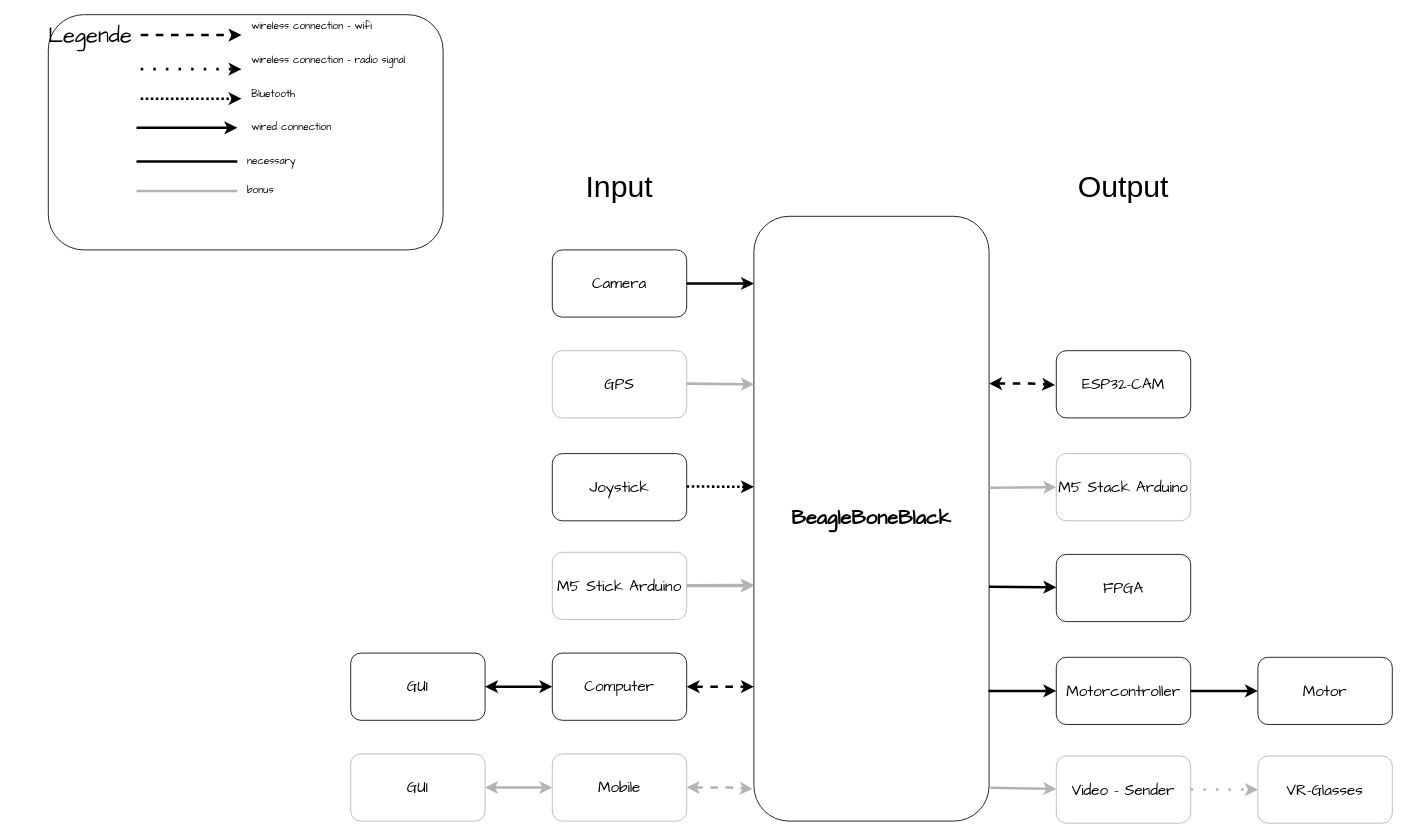
This is Software/Doku/overview.drawio from OgLocGreen/proyecto_sistema_mecatronico_industrial, a draw.io file, before an edit. Source tidied: cells renumbered, new cells numbered last; positions are measured from the earlier drawing's top-left corner, leaving out a move shared by most shapes. Both pictures are drawn from the tidied source at 84%, with x=0, y=0 at pixel (48, 14).
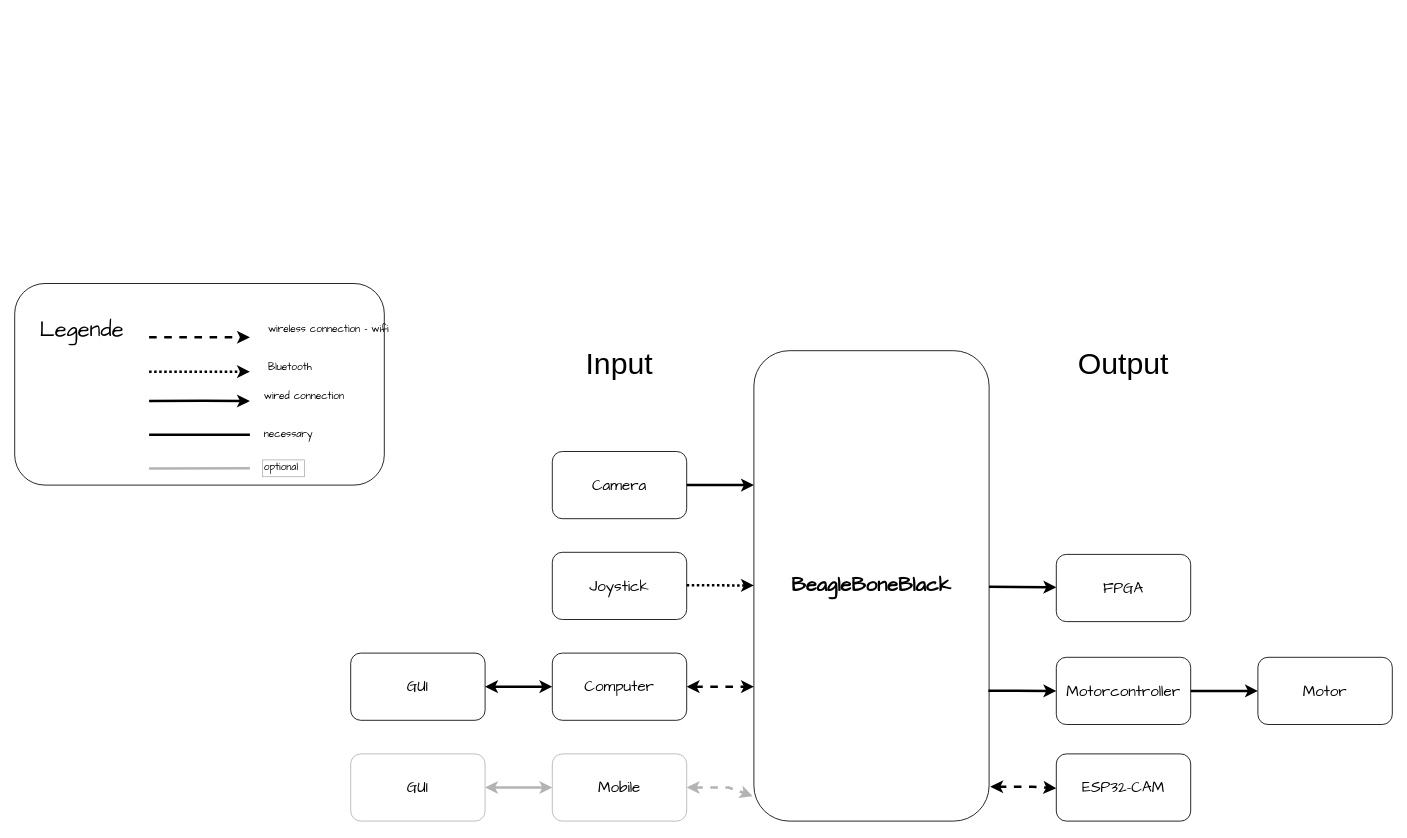
After the change.

Commit message (it also covers changes not shown here):
reworked Overview

Unchanged cells that the change refers to:
```xml
<mxCell id="8" value="&lt;font style=&quot;font-size: 18px&quot;&gt;Motorcontroller&lt;/font&gt;" style="rounded=1;whiteSpace=wrap;html=1;fontFamily=Comic Sans MS;" parent="1" vertex="1">
  <mxGeometry x="1200" y="765" width="160" height="80" as="geometry" />
</mxCell>
```

The edit, as a diff of the source:
```diff
@@
     <mxCell id="2" style="rounded=1;whiteSpace=wrap;html=1;fontFamily=Comic Sans MS;fillColor=none;" parent="1" vertex="1">
-      <mxGeometry width="470" height="280" as="geometry" />
+      <mxGeometry x="-40" y="320" width="440" height="240" as="geometry" />
     </mxCell>
-    <mxCell id="3" value="&lt;font style=&quot;font-size: 18px&quot;&gt;M5 Stack Arduino&lt;/font&gt;" style="rounded=1;whiteSpace=wrap;html=1;fontFamily=Comic Sans MS;strokeColor=#B3B3B3;" parent="1" vertex="1">
-      <mxGeometry x="1200" y="522.5" width="160" height="80" as="geometry" />
-    </mxCell>
@@
     <mxCell id="5" value="&lt;font style=&quot;font-size: 18px&quot;&gt;Joystick&lt;/font&gt;" style="rounded=1;whiteSpace=wrap;html=1;fontFamily=Comic Sans MS;" parent="1" vertex="1">
-      <mxGeometry x="600" y="522.5" width="160" height="80" as="geometry" />
+      <mxGeometry x="600" y="640" width="160" height="80" as="geometry" />
     </mxCell>
     <mxCell id="6" value="&lt;h1&gt;&lt;font style=&quot;font-size: 24px&quot;&gt;BeagleBoneBlack&lt;/font&gt;&lt;/h1&gt;" style="rounded=1;whiteSpace=wrap;html=1;fontFamily=Comic Sans MS;" parent="1" vertex="1">
-      <mxGeometry x="840" y="240" width="280" height="720" as="geometry" />
+      <mxGeometry x="840" y="400" width="280" height="560" as="geometry" />
     </mxCell>
     <mxCell id="7" value="&lt;font style=&quot;font-size: 18px&quot;&gt;Camera&lt;/font&gt;" style="rounded=1;whiteSpace=wrap;html=1;fontFamily=Comic Sans MS;" parent="1" vertex="1">
-      <mxGeometry x="600" y="280" width="160" height="80" as="geometry" />
+      <mxGeometry x="600" y="520" width="160" height="80" as="geometry" />
     </mxCell>
@@
     <mxCell id="10" style="endArrow=classic;html=1;rounded=0;strokeWidth=3;dashed=1;fontFamily=Comic Sans MS;" parent="1" edge="1">
       <mxGeometry relative="1" as="geometry">
-        <mxPoint x="110" y="24.3" as="sourcePoint" />
-        <mxPoint x="230" y="24.3" as="targetPoint" />
+        <mxPoint x="120" y="384" as="sourcePoint" />
+        <mxPoint x="240" y="384" as="targetPoint" />
       </mxGeometry>
     </mxCell>
     <mxCell id="11" value="wireless connection - wifi" style="text;html=1;align=left;verticalAlign=middle;strokeColor=none;fillColor=none;fontFamily=Comic Sans MS;" parent="1" vertex="1">
-      <mxGeometry x="240" width="180" height="30" as="geometry" />
+      <mxGeometry x="260" y="360" width="180" height="30" as="geometry" />
     </mxCell>
     <mxCell id="12" style="endArrow=classic;html=1;rounded=0;strokeWidth=3;fontFamily=Comic Sans MS;" parent="1" edge="1">
       <mxGeometry relative="1" as="geometry">
-        <mxPoint x="105" y="134.7" as="sourcePoint" />
-        <mxPoint x="225" y="134.7" as="targetPoint" />
+        <mxPoint x="120" y="460" as="sourcePoint" />
+        <mxPoint x="240" y="460" as="targetPoint" />
         <Array as="points">
-          <mxPoint x="165" y="134.7" />
+          <mxPoint x="185" y="459.7" />
         </Array>
       </mxGeometry>
     </mxCell>
     <mxCell id="13" value="Bluetooth" style="text;html=1;align=left;verticalAlign=middle;strokeColor=none;fillColor=none;fontFamily=Comic Sans MS;" parent="1" vertex="1">
-      <mxGeometry x="240" y="85" width="60" height="20" as="geometry" />
+      <mxGeometry x="260" y="410" width="60" height="20" as="geometry" />
     </mxCell>
@@
-    <mxCell id="15" style="edgeStyle=none;html=1;fontSize=18;strokeColor=#B3B3B3;strokeWidth=3;" parent="1" edge="1" source="16">
-      <mxGeometry relative="1" as="geometry">
-        <mxPoint x="840" y="680" as="targetPoint" />
-      </mxGeometry>
-    </mxCell>
-    <mxCell id="16" value="&lt;font style=&quot;font-size: 18px&quot;&gt;M5 Stick Arduino &lt;/font&gt;" style="rounded=1;whiteSpace=wrap;html=1;fontFamily=Comic Sans MS;strokeColor=#B3B3B3;" parent="1" vertex="1">
-      <mxGeometry x="600" y="640" width="160" height="80" as="geometry" />
-    </mxCell>
-    <mxCell id="17" value="&lt;font style=&quot;font-size: 18px&quot;&gt;Video - Sender&lt;/font&gt;" style="rounded=1;whiteSpace=wrap;html=1;fontFamily=Comic Sans MS;strokeColor=#B3B3B3;" parent="1" vertex="1">
-      <mxGeometry x="1200" y="882.5" width="160" height="80" as="geometry" />
-    </mxCell>
@@
-    <mxCell id="20" value="&lt;font style=&quot;font-size: 18px&quot;&gt;GPS&lt;/font&gt;" style="rounded=1;whiteSpace=wrap;html=1;fontFamily=Comic Sans MS;strokeColor=#B3B3B3;" parent="1" vertex="1">
-      <mxGeometry x="600" y="400" width="160" height="80" as="geometry" />
-    </mxCell>
@@
-    <mxCell id="22" value="&lt;font style=&quot;font-size: 18px&quot;&gt;VR-Glasses&lt;/font&gt;" style="rounded=1;whiteSpace=wrap;html=1;fontFamily=Comic Sans MS;strokeColor=#B3B3B3;" parent="1" vertex="1">
-      <mxGeometry x="1440" y="882.5" width="160" height="80" as="geometry" />
-    </mxCell>
-    <mxCell id="23" style="edgeStyle=orthogonalEdgeStyle;rounded=0;jettySize=auto;html=1;strokeWidth=3;entryX=0;entryY=0.5;entryDx=0;entryDy=0;dashed=1;exitX=1;exitY=0.5;exitDx=0;exitDy=0;dashPattern=1 4;fontFamily=Comic Sans MS;strokeColor=#B3B3B3;" parent="1" edge="1" source="17" target="22">
-      <mxGeometry relative="1" as="geometry" />
-    </mxCell>
+    <mxCell id="50" style="edgeStyle=none;html=1;" parent="1" edge="1">
+      <mxGeometry relative="1" as="geometry">
+        <mxPoint x="1360" y="922.5" as="targetPoint" />
+      </mxGeometry>
+    </mxCell>
@@
-    <mxCell id="25" style="endArrow=classic;html=1;rounded=0;strokeWidth=3;entryX=0;entryY=0.5;entryDx=0;entryDy=0;exitX=0.997;exitY=0.785;exitDx=0;exitDy=0;exitPerimeter=0;fontFamily=Comic Sans MS;" parent="1" edge="1" source="6" target="8">
+    <mxCell id="25" style="endArrow=classic;html=1;rounded=0;strokeWidth=3;entryX=0;entryY=0.5;entryDx=0;entryDy=0;exitX=0.997;exitY=0.723;exitDx=0;exitDy=0;exitPerimeter=0;fontFamily=Comic Sans MS;" parent="1" edge="1" source="6" target="8">
       <mxGeometry relative="1" as="geometry" />
     </mxCell>
@@
-    <mxCell id="29" style="endArrow=classic;html=1;rounded=0;strokeWidth=3;entryX=0;entryY=0.5;entryDx=0;entryDy=0;exitX=1;exitY=0.449;exitDx=0;exitDy=0;exitPerimeter=0;fontFamily=Comic Sans MS;strokeColor=#B3B3B3;" parent="1" edge="1" source="6" target="3">
-      <mxGeometry relative="1" as="geometry" />
-    </mxCell>
-    <mxCell id="30" style="endArrow=classic;html=1;rounded=0;strokeWidth=3;entryX=0;entryY=0.5;entryDx=0;entryDy=0;exitX=1.005;exitY=0.945;exitDx=0;exitDy=0;exitPerimeter=0;fontFamily=Comic Sans MS;strokeColor=#B3B3B3;" parent="1" edge="1" source="6">
-      <mxGeometry relative="1" as="geometry">
-        <mxPoint x="1200" y="921.7" as="targetPoint" />
-      </mxGeometry>
-    </mxCell>
     <mxCell id="31" style="endArrow=classic;html=1;rounded=0;strokeWidth=3;fontFamily=Comic Sans MS;" parent="1" edge="1">
       <mxGeometry relative="1" as="geometry">
-        <mxPoint x="760" y="320" as="sourcePoint" />
-        <mxPoint x="840" y="320" as="targetPoint" />
+        <mxPoint x="760" y="560" as="sourcePoint" />
+        <mxPoint x="840" y="560" as="targetPoint" />
       </mxGeometry>
     </mxCell>
-    <mxCell id="32" style="endArrow=classic;html=1;rounded=0;strokeWidth=3;fontFamily=Comic Sans MS;strokeColor=#B3B3B3;" parent="1" edge="1">
-      <mxGeometry relative="1" as="geometry">
-        <mxPoint x="760" y="439.2" as="sourcePoint" />
-        <mxPoint x="840" y="440" as="targetPoint" />
-      </mxGeometry>
-    </mxCell>
     <mxCell id="33" style="endArrow=classic;html=1;rounded=0;strokeWidth=3;fontFamily=Comic Sans MS;dashed=1;dashPattern=1 1;" parent="1" edge="1">
       <mxGeometry relative="1" as="geometry">
-        <mxPoint x="760" y="561.7" as="sourcePoint" />
-        <mxPoint x="840" y="562" as="targetPoint" />
+        <mxPoint x="760" y="679.2" as="sourcePoint" />
+        <mxPoint x="840" y="679.5" as="targetPoint" />
       </mxGeometry>
     </mxCell>
-    <mxCell id="34" style="endArrow=classic;html=1;rounded=0;strokeWidth=3;fontFamily=Comic Sans MS;strokeColor=#B3B3B3;" parent="1" edge="1">
-      <mxGeometry relative="1" as="geometry">
-        <mxPoint x="760" y="679.2" as="sourcePoint" />
-        <mxPoint x="840" y="679" as="targetPoint" />
-      </mxGeometry>
-    </mxCell>
-    <mxCell id="35" style="endArrow=classic;html=1;rounded=0;strokeWidth=3;dashed=1;dashPattern=1 4;fontFamily=Comic Sans MS;" parent="1" edge="1">
-      <mxGeometry relative="1" as="geometry">
-        <mxPoint x="110" y="64.8" as="sourcePoint" />
-        <mxPoint x="230" y="64.8" as="targetPoint" />
-        <Array as="points">
-          <mxPoint x="170" y="64.8" />
-        </Array>
-      </mxGeometry>
-    </mxCell>
@@
     <mxCell id="38" value="&lt;font style=&quot;font-size: 26px;&quot;&gt;Legende&lt;/font&gt;" style="text;html=1;strokeColor=none;fillColor=none;align=center;verticalAlign=middle;whiteSpace=wrap;rounded=0;fontFamily=Comic Sans MS;" parent="1" vertex="1">
-      <mxGeometry x="20" y="10" width="60" height="30" as="geometry" />
+      <mxGeometry x="10" y="360" width="60" height="30" as="geometry" />
     </mxCell>
     <mxCell id="39" style="endArrow=none;html=1;fontSize=18;strokeWidth=3;" parent="1" edge="1">
       <mxGeometry relative="1" as="geometry">
-        <mxPoint x="225" y="174.8" as="sourcePoint" />
-        <mxPoint x="105" y="174.8" as="targetPoint" />
+        <mxPoint x="240" y="500" as="sourcePoint" />
+        <mxPoint x="120" y="500" as="targetPoint" />
       </mxGeometry>
     </mxCell>
     <mxCell id="40" value="necessary" style="text;html=1;align=left;verticalAlign=middle;strokeColor=none;fillColor=none;fontFamily=Comic Sans MS;" parent="1" vertex="1">
-      <mxGeometry x="235" y="165" width="60" height="20" as="geometry" />
+      <mxGeometry x="255" y="490" width="60" height="20" as="geometry" />
     </mxCell>
-    <mxCell id="41" value="&lt;span style=&quot;text-align: center&quot;&gt;wireless connection -&lt;/span&gt;&lt;span class=&quot;Y2IQFc&quot; lang=&quot;en&quot; style=&quot;text-align: center&quot;&gt;&amp;nbsp;radio signal&lt;/span&gt;&lt;span style=&quot;text-align: center&quot;&gt;&amp;nbsp; &amp;nbsp; &amp;nbsp; &amp;nbsp;&amp;nbsp;&lt;/span&gt;" style="text;html=1;align=left;verticalAlign=middle;strokeColor=none;fillColor=none;fontFamily=Comic Sans MS;" parent="1" vertex="1">
-      <mxGeometry x="240" y="45" width="200" height="20" as="geometry" />
-    </mxCell>
-    <mxCell id="42" value="bonus" style="text;html=1;align=left;verticalAlign=middle;strokeColor=none;fillColor=none;fontFamily=Comic Sans MS;" parent="1" vertex="1">
-      <mxGeometry x="235" y="200" width="40" height="20" as="geometry" />
-    </mxCell>
-    <mxCell id="43" style="endArrow=none;html=1;fontSize=18;strokeWidth=3;strokeColor=#B3B3B3;" parent="1" edge="1">
-      <mxGeometry relative="1" as="geometry">
-        <mxPoint x="225" y="209.8" as="sourcePoint" />
-        <mxPoint x="105" y="209.8" as="targetPoint" />
-      </mxGeometry>
-    </mxCell>
     <mxCell id="44" value="&lt;font style=&quot;font-size: 36px&quot;&gt;Input&lt;/font&gt;" style="text;html=1;strokeColor=none;fillColor=none;align=center;verticalAlign=middle;whiteSpace=wrap;rounded=0;fontSize=18;" parent="1" vertex="1">
-      <mxGeometry x="650" y="190" width="60" height="30" as="geometry" />
+      <mxGeometry x="650" y="400" width="60" height="30" as="geometry" />
     </mxCell>
     <mxCell id="45" value="&lt;font style=&quot;font-size: 36px&quot;&gt;Output&lt;/font&gt;" style="text;html=1;strokeColor=none;fillColor=none;align=center;verticalAlign=middle;whiteSpace=wrap;rounded=0;fontSize=18;" parent="1" vertex="1">
-      <mxGeometry x="1250" y="190" width="60" height="30" as="geometry" />
+      <mxGeometry x="1250" y="400" width="60" height="30" as="geometry" />
     </mxCell>
     <mxCell id="46" value="&lt;font style=&quot;font-size: 18px&quot;&gt;ESP32-CAM&lt;/font&gt;" style="rounded=1;whiteSpace=wrap;html=1;fontFamily=Comic Sans MS;strokeColor=#000000;" parent="1" vertex="1">
-      <mxGeometry x="1200" y="400" width="160" height="80" as="geometry" />
+      <mxGeometry x="1200" y="880" width="160" height="80" as="geometry" />
     </mxCell>
     <mxCell id="47" style="endArrow=classic;startArrow=classic;html=1;rounded=0;dashed=1;strokeWidth=3;exitX=1;exitY=0.5;exitDx=0;exitDy=0;entryX=-0.005;entryY=0.947;entryDx=0;entryDy=0;entryPerimeter=0;fontFamily=Comic Sans MS;strokeColor=#000000;" parent="1" edge="1">
       <mxGeometry relative="1" as="geometry">
-        <mxPoint x="1120" y="439.1" as="sourcePoint" />
-        <mxPoint x="1198.6" y="440.9" as="targetPoint" />
+        <mxPoint x="1121.4" y="919.1" as="sourcePoint" />
+        <mxPoint x="1200" y="920.9" as="targetPoint" />
         <Array as="points">
-          <mxPoint x="1170" y="439.1" />
+          <mxPoint x="1171.4" y="919.1" />
         </Array>
       </mxGeometry>
     </mxCell>
     <mxCell id="48" style="endArrow=classic;html=1;rounded=0;strokeWidth=3;fontFamily=Comic Sans MS;dashed=1;dashPattern=1 1;" parent="1" edge="1">
       <mxGeometry relative="1" as="geometry">
-        <mxPoint x="110" y="100" as="sourcePoint" />
-        <mxPoint x="230" y="100" as="targetPoint" />
+        <mxPoint x="120" y="425" as="sourcePoint" />
+        <mxPoint x="240" y="425" as="targetPoint" />
         <Array as="points">
-          <mxPoint x="170" y="100" />
+          <mxPoint x="190" y="425" />
         </Array>
       </mxGeometry>
     </mxCell>
     <mxCell id="49" value="wired connection" style="text;html=1;align=left;verticalAlign=middle;strokeColor=none;fillColor=none;fontFamily=Comic Sans MS;" parent="1" vertex="1">
-      <mxGeometry x="240" y="120" width="130" height="30" as="geometry" />
+      <mxGeometry x="255" y="440" width="130" height="30" as="geometry" />
     </mxCell>
+    <mxCell id="51" style="endArrow=none;html=1;fontSize=18;strokeWidth=3;strokeColor=#B3B3B3;" parent="1" edge="1">
+      <mxGeometry relative="1" as="geometry">
+        <mxPoint x="240" y="540" as="sourcePoint" />
+        <mxPoint x="120" y="540.2" as="targetPoint" />
+      </mxGeometry>
+    </mxCell>
+    <mxCell id="52" value="optional" style="text;html=1;align=left;verticalAlign=middle;strokeColor=#B3B3B3;fillColor=none;fontFamily=Comic Sans MS;" parent="1" vertex="1">
+      <mxGeometry x="255" y="530" width="50" height="20" as="geometry" />
+    </mxCell>
```
